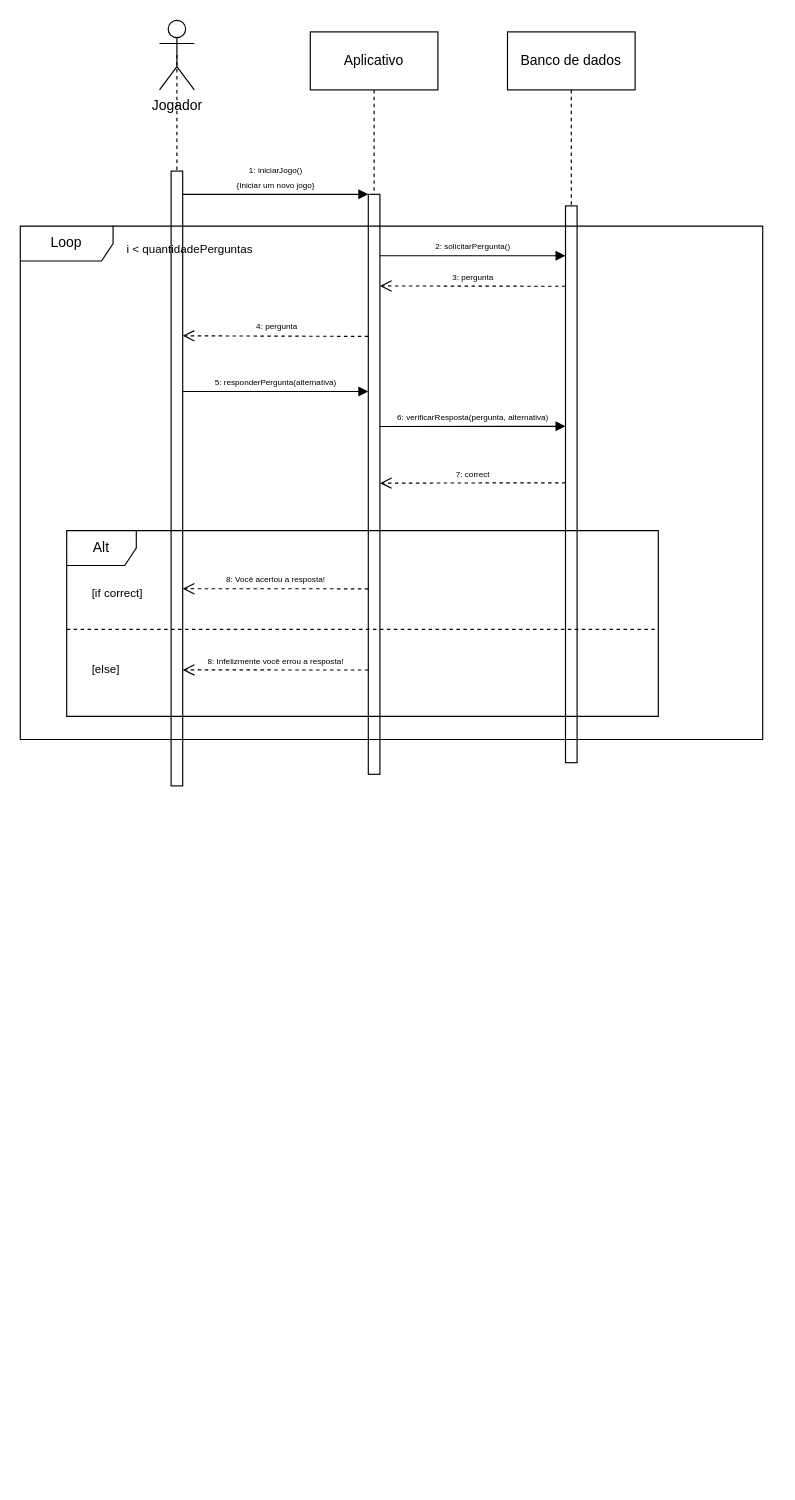
The draw.io diagram docs/quizzle.drawio in wendel-nogueira/quizzle-docs, before the edit. Source tidied: cells renumbered, new cells numbered last; positions are measured from the earlier drawing's top-left corner, leaving out a move shared by most shapes. Both pictures are drawn from the tidied source at 116%, with x=0, y=0 at pixel (20, 20).
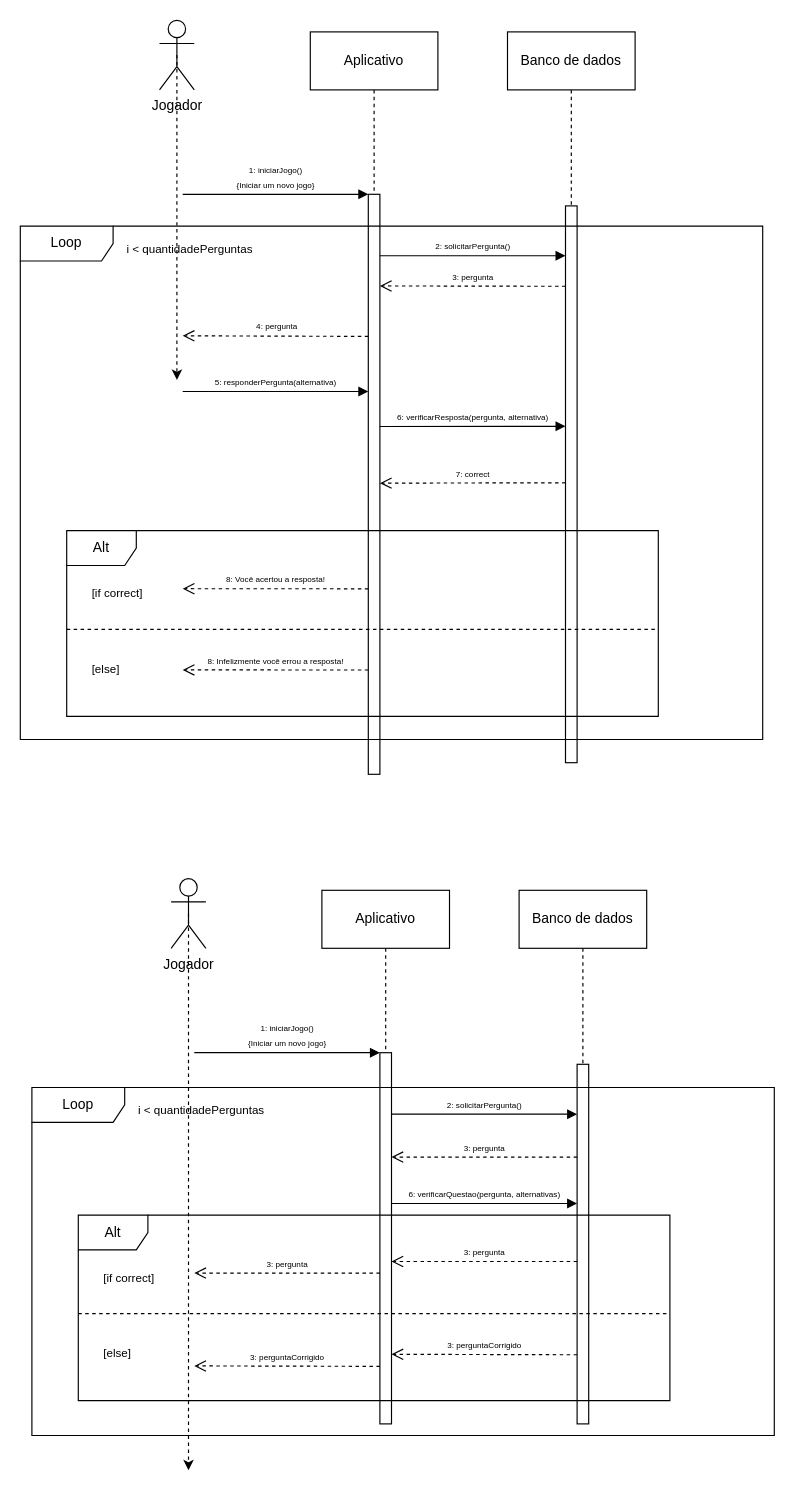
After the change.

Change to the diagram source:
```diff
@@
-    <mxCell id="11" style="html=1;perimeter=orthogonalPerimeter;targetShapes=umlLifeline;newEdgeStyle={&quot;edgeStyle&quot;:&quot;elbowEdgeStyle&quot;,&quot;elbow&quot;:&quot;vertical&quot;,&quot;curved&quot;:0,&quot;rounded&quot;:0};" parent="1" vertex="1">
-      <mxGeometry x="130" y="130" width="10" height="530" as="geometry" />
-    </mxCell>
@@
+    <mxCell id="25" style="edgeStyle=orthogonalEdgeStyle;rounded=0;jettySize=auto;html=1;exitX=0.5;exitY=0.5;exitDx=0;exitDy=0;exitPerimeter=0;dashed=1;" parent="1" edge="1" source="26">
+      <mxGeometry relative="1" as="geometry">
+        <mxPoint x="145" y="1250" as="targetPoint" />
+      </mxGeometry>
+    </mxCell>
+    <mxCell id="26" value="Jogador" style="shape=umlActor;verticalLabelPosition=bottom;verticalAlign=top;html=1;" parent="1" vertex="1">
+      <mxGeometry x="130" y="740" width="30" height="60" as="geometry" />
+    </mxCell>
+    <mxCell id="27" style="edgeStyle=orthogonalEdgeStyle;rounded=0;jettySize=auto;html=1;exitX=0.5;exitY=1;exitDx=0;exitDy=0;dashed=1;" parent="1" edge="1" source="28">
+      <mxGeometry relative="1" as="geometry">
+        <mxPoint x="315" y="1115" as="targetPoint" />
+      </mxGeometry>
+    </mxCell>
+    <mxCell id="28" value="Aplicativo" style="html=1;whiteSpace=wrap;" parent="1" vertex="1">
+      <mxGeometry x="260" y="750" width="110" height="50" as="geometry" />
+    </mxCell>
+    <mxCell id="29" style="edgeStyle=orthogonalEdgeStyle;rounded=0;jettySize=auto;html=1;exitX=0.5;exitY=1;exitDx=0;exitDy=0;dashed=1;" parent="1" edge="1" source="30">
+      <mxGeometry relative="1" as="geometry">
+        <mxPoint x="485" y="1135" as="targetPoint" />
+      </mxGeometry>
+    </mxCell>
+    <mxCell id="30" value="Banco de dados" style="html=1;whiteSpace=wrap;" parent="1" vertex="1">
+      <mxGeometry x="430" y="750" width="110" height="50" as="geometry" />
+    </mxCell>
+    <mxCell id="31" value="&lt;font style=&quot;font-size: 7px;&quot;&gt;1: iniciarJogo()&lt;br&gt;{Iniciar um novo jogo}&lt;/font&gt;" style="html=1;verticalAlign=bottom;endArrow=block;edgeStyle=elbowEdgeStyle;elbow=vertical;curved=0;rounded=0;" parent="1" edge="1">
+      <mxGeometry relative="1" as="geometry">
+        <mxPoint x="150" y="890" as="sourcePoint" />
+        <mxPoint x="310" y="890" as="targetPoint" />
+      </mxGeometry>
+    </mxCell>
+    <mxCell id="32" style="html=1;perimeter=orthogonalPerimeter;targetShapes=umlLifeline;newEdgeStyle={&quot;edgeStyle&quot;:&quot;elbowEdgeStyle&quot;,&quot;elbow&quot;:&quot;vertical&quot;,&quot;curved&quot;:0,&quot;rounded&quot;:0};" parent="1" vertex="1">
+      <mxGeometry x="310" y="890" width="10" height="320" as="geometry" />
+    </mxCell>
+    <mxCell id="33" style="html=1;points=[];perimeter=orthogonalPerimeter;outlineConnect=0;targetShapes=umlLifeline;portConstraint=eastwest;newEdgeStyle={&quot;edgeStyle&quot;:&quot;elbowEdgeStyle&quot;,&quot;elbow&quot;:&quot;vertical&quot;,&quot;curved&quot;:0,&quot;rounded&quot;:0};" parent="1" vertex="1">
+      <mxGeometry x="480" y="900" width="10" height="310" as="geometry" />
+    </mxCell>
+    <mxCell id="34" value="&lt;span style=&quot;font-size: 7px;&quot;&gt;2: solicitarPergunta()&lt;/span&gt;" style="html=1;verticalAlign=bottom;endArrow=block;edgeStyle=elbowEdgeStyle;elbow=vertical;curved=0;rounded=0;" parent="1" edge="1" target="33">
+      <mxGeometry relative="1" as="geometry">
+        <mxPoint x="320" y="943" as="sourcePoint" />
+      </mxGeometry>
+    </mxCell>
+    <mxCell id="35" value="&lt;font style=&quot;font-size: 7px;&quot;&gt;3: pergunta&lt;/font&gt;" style="html=1;verticalAlign=bottom;endArrow=open;dashed=1;endSize=8;edgeStyle=elbowEdgeStyle;elbow=vertical;curved=0;rounded=0;" parent="1" edge="1">
+      <mxGeometry relative="1" as="geometry">
+        <mxPoint x="480" y="980" as="sourcePoint" />
+        <mxPoint x="320" y="980" as="targetPoint" />
+      </mxGeometry>
+    </mxCell>
+    <mxCell id="36" value="&lt;span style=&quot;font-size: 7px;&quot;&gt;6: verificarQuestao(pergunta, alternativas)&lt;/span&gt;" style="html=1;verticalAlign=bottom;endArrow=block;edgeStyle=elbowEdgeStyle;elbow=vertical;curved=0;rounded=0;" parent="1" edge="1">
+      <mxGeometry relative="1" as="geometry">
+        <mxPoint x="320" y="1020" as="sourcePoint" />
+        <mxPoint x="480" y="1020" as="targetPoint" />
+      </mxGeometry>
+    </mxCell>
+    <mxCell id="37" value="Alt" style="shape=umlFrame;whiteSpace=wrap;html=1;width=60;height=30;" parent="1" vertex="1">
+      <mxGeometry x="50" y="1030" width="510" height="160" as="geometry" />
+    </mxCell>
+    <mxCell id="38" value="&lt;font style=&quot;font-size: 10px;&quot;&gt;[if correct]&lt;/font&gt;" style="text;html=1;" parent="37" vertex="1">
+      <mxGeometry width="100" height="20" relative="1" as="geometry">
+        <mxPoint x="20" y="40" as="offset" />
+      </mxGeometry>
+    </mxCell>
+    <mxCell id="39" value="&lt;font style=&quot;font-size: 10px;&quot;&gt;[else]&lt;/font&gt;" style="line;strokeWidth=1;dashed=1;labelPosition=center;verticalLabelPosition=bottom;align=left;verticalAlign=top;spacingLeft=20;spacingTop=15;html=1;whiteSpace=wrap;" parent="37" vertex="1">
+      <mxGeometry y="80" width="510" height="10" as="geometry" />
+    </mxCell>
+    <mxCell id="40" value="&lt;font style=&quot;font-size: 7px;&quot;&gt;3: pergunta&lt;/font&gt;" style="html=1;verticalAlign=bottom;endArrow=open;dashed=1;endSize=8;edgeStyle=elbowEdgeStyle;elbow=vertical;curved=0;rounded=0;" parent="37" edge="1">
+      <mxGeometry relative="1" as="geometry">
+        <mxPoint x="430" y="40" as="sourcePoint" />
+        <mxPoint x="270" y="40" as="targetPoint" />
+      </mxGeometry>
+    </mxCell>
+    <mxCell id="41" value="&lt;font style=&quot;font-size: 7px;&quot;&gt;3: pergunta&lt;/font&gt;" style="html=1;verticalAlign=bottom;endArrow=open;dashed=1;endSize=8;edgeStyle=elbowEdgeStyle;elbow=vertical;curved=0;rounded=0;" parent="37" edge="1">
+      <mxGeometry relative="1" as="geometry">
+        <mxPoint x="260" y="50" as="sourcePoint" />
+        <mxPoint x="100" y="50" as="targetPoint" />
+      </mxGeometry>
+    </mxCell>
+    <mxCell id="42" value="Loop" style="shape=umlFrame;whiteSpace=wrap;html=1;width=80;" parent="1" vertex="1">
+      <mxGeometry x="10" y="920" width="640" height="300" as="geometry" />
+    </mxCell>
+    <mxCell id="43" value="&lt;font style=&quot;font-size: 10px;&quot;&gt;i &amp;lt; quantidadePerguntas&lt;/font&gt;" style="text;align=left;html=1;" parent="42" vertex="1">
+      <mxGeometry width="100" height="20" relative="1" as="geometry">
+        <mxPoint x="90" y="5" as="offset" />
+      </mxGeometry>
+    </mxCell>
+    <mxCell id="44" value="&lt;font style=&quot;font-size: 7px;&quot;&gt;3: perguntaCorrigido&lt;/font&gt;" style="html=1;verticalAlign=bottom;endArrow=open;dashed=1;endSize=8;edgeStyle=elbowEdgeStyle;elbow=vertical;curved=0;rounded=0;" parent="42" edge="1">
+      <mxGeometry relative="1" as="geometry">
+        <mxPoint x="470" y="230.4" as="sourcePoint" />
+        <mxPoint x="310" y="230.3" as="targetPoint" />
+      </mxGeometry>
+    </mxCell>
+    <mxCell id="45" value="&lt;font style=&quot;font-size: 7px;&quot;&gt;3: perguntaCorrigido&lt;/font&gt;" style="html=1;verticalAlign=bottom;endArrow=open;dashed=1;endSize=8;edgeStyle=elbowEdgeStyle;elbow=vertical;curved=0;rounded=0;" parent="42" edge="1">
+      <mxGeometry relative="1" as="geometry">
+        <mxPoint x="300" y="240.4" as="sourcePoint" />
+        <mxPoint x="140" y="240.3" as="targetPoint" />
+      </mxGeometry>
+    </mxCell>
```
